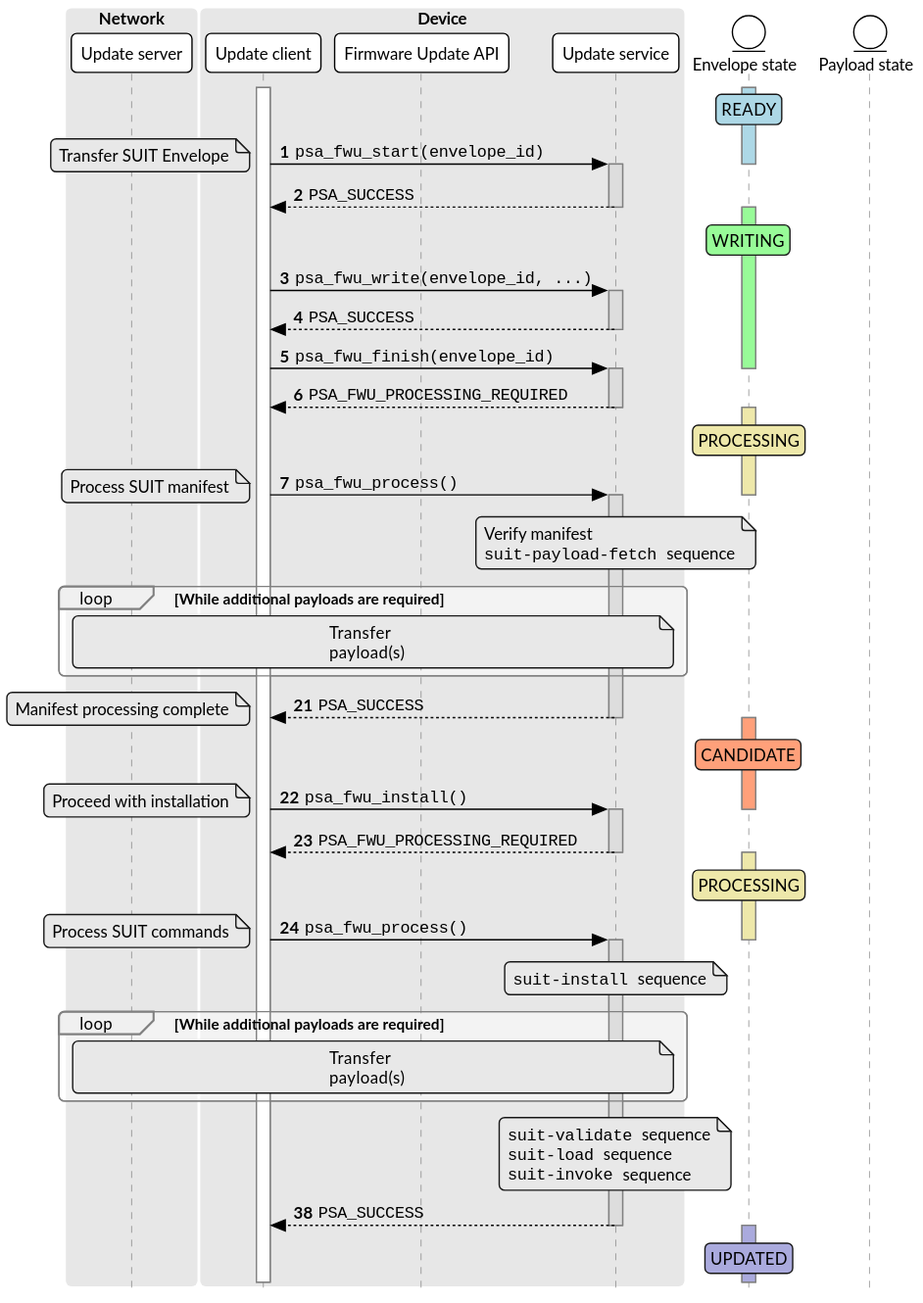
ARM-software/psa-api keeps this PlantUML diagram as design/rfc-01-fwu-suit/no-reboot-sequence.svg. Above is the earlier version. Its source is kept beside it as design/rfc-01-fwu-suit/no-reboot-sequence.puml.
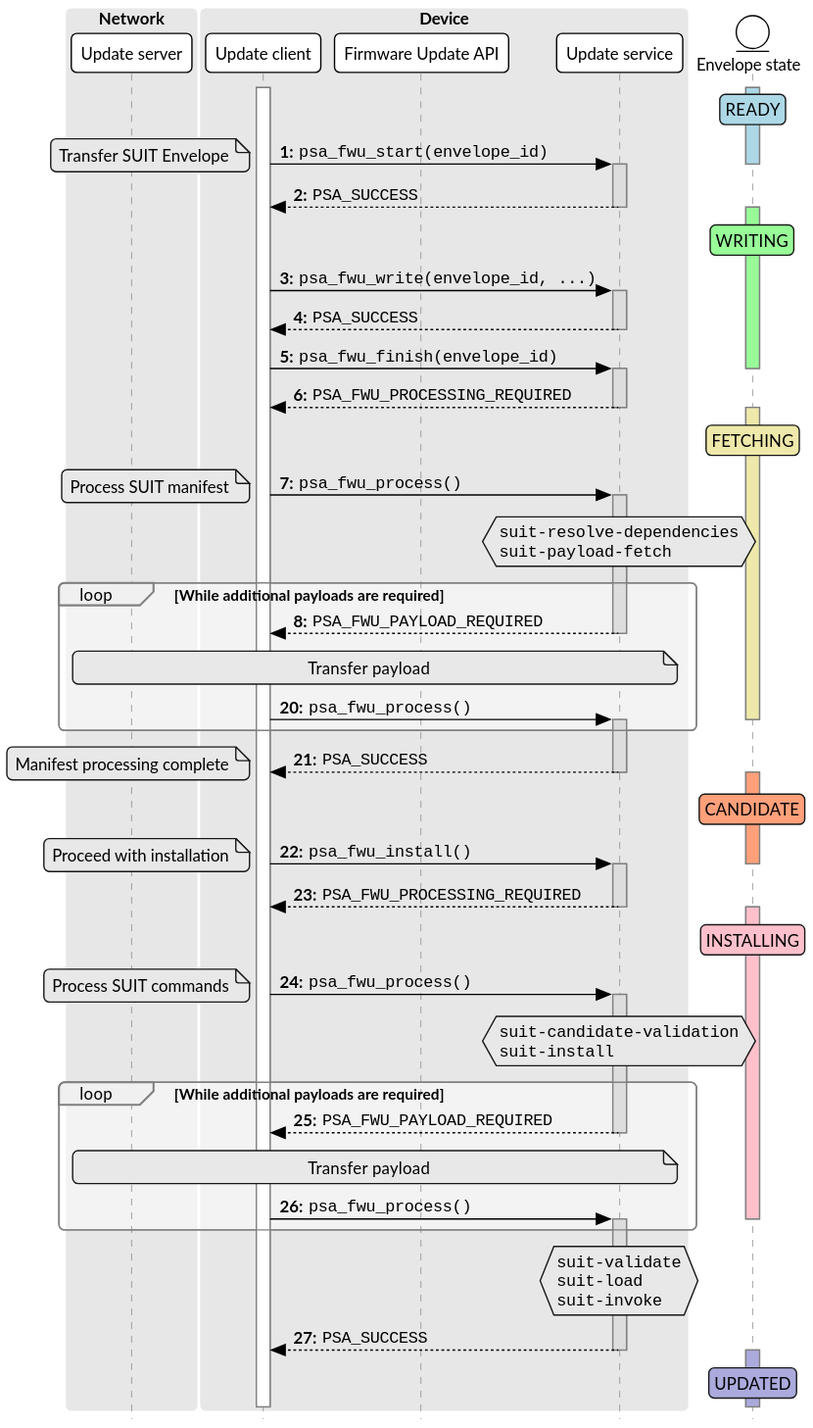
After the commit.

Commit message:
FWU/SUIT proposal v0.5

Change to the diagram source:
```diff
@@ -12,9 +12,8 @@
 participant "Update service" as service
 end box
 entity "Envelope state" as envelope
-entity "Payload state" as payload
 
-autonumber
+autonumber "<b>#:"
 activate client
 activate envelope #LightBlue
 rnote over envelope #LightBlue: READY
@@ -39,21 +38,27 @@
 return ""PSA_FWU_PROCESSING_REQUIRED""
 deactivate service
 activate envelope #PaleGoldenRod
-rnote over envelope #PaleGoldenRod: PROCESSING
+rnote over envelope #PaleGoldenRod: FETCHING
 
 client -> service: ""psa_fwu_process()""
 note left: Process SUIT manifest
-note over service
-    Verify manifest
-    ""suit-payload-fetch ""sequence
+hnote over service
+    ""suit-resolve-dependencies""
+    ""suit-payload-fetch""
 end note
-deactivate envelope
 activate service #ddd
 
 loop While additional payloads are required
-    note over server, service: Transfer\npayload(s)
+    return ""PSA_FWU_PAYLOAD_REQUIRED""
+    deactivate service
+
+    note over server, service: Transfer payload
+
+    autonumber 20 "<b>#:"
+    client -> service: ""psa_fwu_process()""
+    deactivate envelope
+    activate service #ddd
 end
-autonumber 21
 client <-- service: ""PSA_SUCCESS""
 note left: Manifest processing complete
 deactivate service
@@ -67,24 +72,32 @@
 
 return ""PSA_FWU_PROCESSING_REQUIRED""
 deactivate service
-activate envelope #PaleGoldenRod
-rnote over envelope #PaleGoldenRod: PROCESSING
+activate envelope #Pink
+rnote over envelope #Pink: INSTALLING
 
 client -> service: ""psa_fwu_process()""
 note left: Process SUIT commands
-note over service: ""suit-install ""sequence
-deactivate envelope
+hnote over service
+    ""suit-candidate-validation""
+    ""suit-install""
+end note
 activate service #ddd
 
 loop While additional payloads are required
-    note over server, service: Transfer\npayload(s)
+    return ""PSA_FWU_PAYLOAD_REQUIRED""
+    deactivate service
+
+    note over server, service: Transfer payload
+
+    client -> service: ""psa_fwu_process()""
+    deactivate envelope
+    activate service #ddd
 end
-note over service
-    ""suit-validate ""sequence
-    ""suit-load ""sequence
-    ""suit-invoke ""sequence
+hnote over service
+    ""suit-validate""
+    ""suit-load""
+    ""suit-invoke""
 end note
-autonumber 38
 client <-- service: ""PSA_SUCCESS""
 deactivate service
 activate envelope #aad
```
